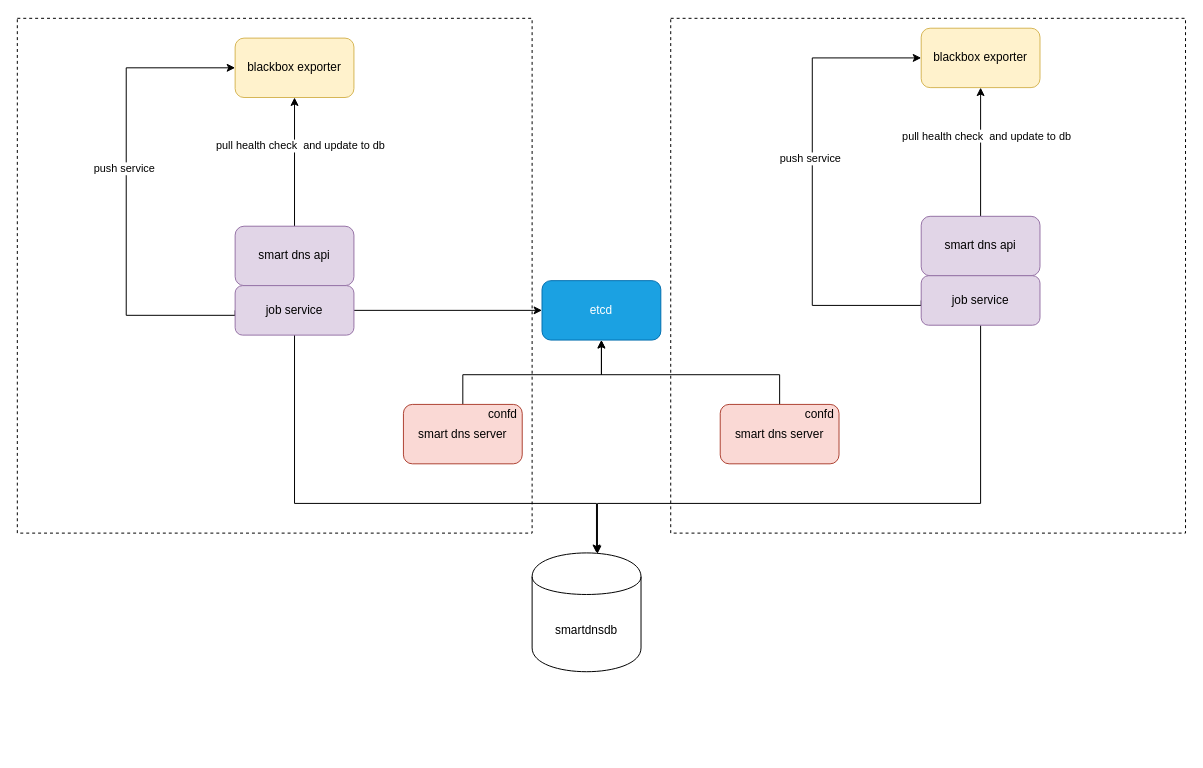
Before: page "smart dns framework new" (2 of 2) of Untitled Diagram.drawio in CtripOPS/acos-client, a draw.io diagram. Source tidied: cells renumbered, new cells numbered last; positions are measured from the earlier drawing's top-left corner, leaving out a move shared by most shapes. Both pictures are drawn from the tidied source at 99%, with x=0, y=0 at pixel (17, 18).
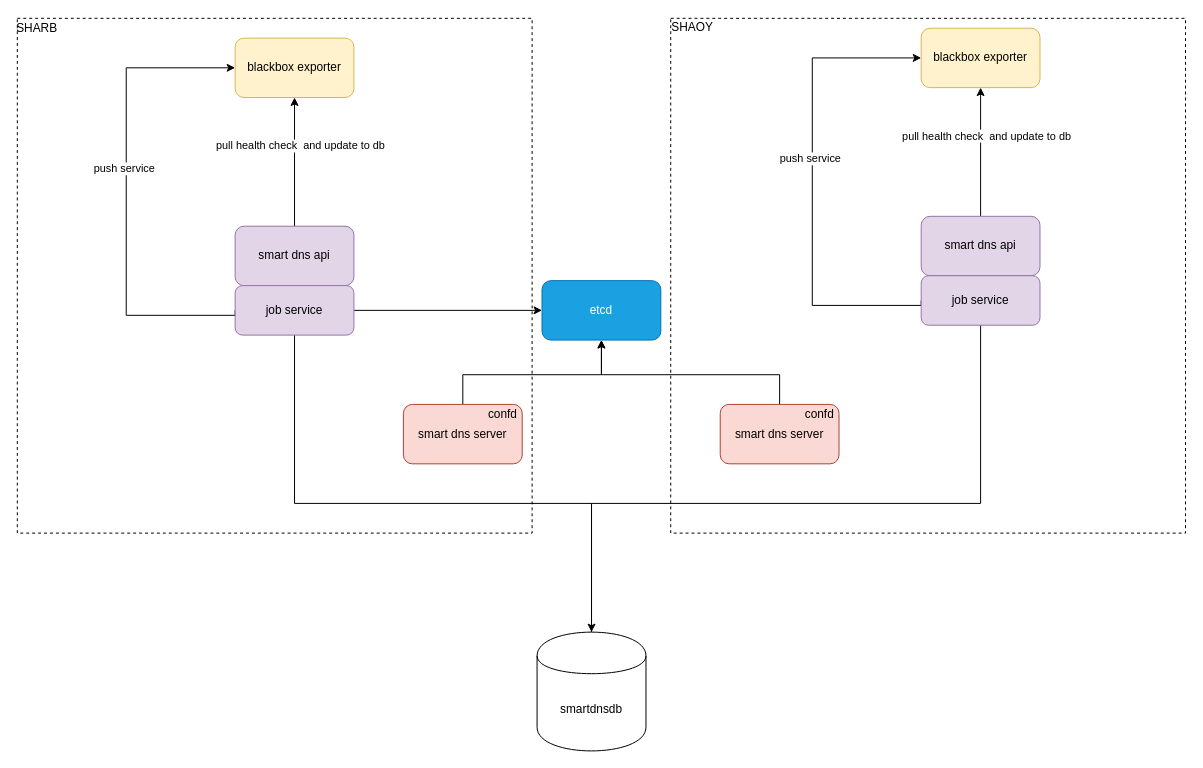
Above is the later version.

The change refers to these unchanged cells:
```xml
<mxCell id="12" value="job service" style="rounded=1;whiteSpace=wrap;html=1;fillColor=#e1d5e7;strokeColor=#9673a6;" parent="1" vertex="1">
  <mxGeometry x="220" y="270" width="120" height="50" as="geometry" />
</mxCell>
<mxCell id="25" value="job service" style="rounded=1;whiteSpace=wrap;html=1;fillColor=#e1d5e7;strokeColor=#9673a6;" parent="1" vertex="1">
  <mxGeometry x="913" y="260" width="120" height="50" as="geometry" />
</mxCell>
```

What changed in the source:
```diff
@@
-    <mxCell id="2" style="whiteSpace=wrap;html=1;dashed=1;shadow=0;fillColor=none;" parent="1" vertex="1">
-      <mxGeometry width="520" height="520" as="geometry" />
-    </mxCell>
@@
-    <mxCell id="11" style="edgeStyle=orthogonalEdgeStyle;rounded=0;jettySize=auto;html=1;" parent="1" edge="1" source="12">
+    <mxCell id="11" style="edgeStyle=orthogonalEdgeStyle;rounded=0;jettySize=auto;html=1;entryX=0.5;entryY=0;entryDx=0;entryDy=0;" parent="1" edge="1" source="12" target="17">
       <mxGeometry relative="1" as="geometry">
-        <mxPoint x="585" y="540" as="targetPoint" />
         <Array as="points">
           <mxPoint x="280" y="490" />
-          <mxPoint x="585" y="490" />
+          <mxPoint x="580" y="490" />
+          <mxPoint x="580" y="640" />
         </Array>
       </mxGeometry>
     </mxCell>
@@
     <mxCell id="17" value="smartdnsdb" style="shape=cylinder;whiteSpace=wrap;html=1;boundedLbl=1;backgroundOutline=1;" parent="1" vertex="1">
-      <mxGeometry x="520" y="540" width="110" height="120" as="geometry" />
+      <mxGeometry x="525" y="620" width="110" height="120" as="geometry" />
     </mxCell>
@@
-    <mxCell id="24" style="edgeStyle=orthogonalEdgeStyle;rounded=0;jettySize=auto;html=1;entryX=0.6;entryY=0.008;entryDx=0;entryDy=0;entryPerimeter=0;" parent="1" edge="1" source="25" target="17">
+    <mxCell id="24" style="edgeStyle=orthogonalEdgeStyle;rounded=0;jettySize=auto;html=1;" parent="1" edge="1" source="25" target="17">
       <mxGeometry relative="1" as="geometry">
         <Array as="points">
           <mxPoint x="973" y="490" />
-          <mxPoint x="586" y="490" />
+          <mxPoint x="580" y="490" />
+          <mxPoint x="580" y="640" />
+          <mxPoint x="575" y="640" />
         </Array>
       </mxGeometry>
     </mxCell>
@@
+    <mxCell id="2" style="whiteSpace=wrap;html=1;dashed=1;shadow=0;fillColor=none;" parent="1" vertex="1">
+      <mxGeometry width="520" height="520" as="geometry" />
+    </mxCell>
+    <mxCell id="29" value="SHARB" style="text;html=1;strokeColor=none;fillColor=none;align=center;verticalAlign=middle;whiteSpace=wrap;rounded=0;" parent="1" vertex="1">
+      <mxGeometry width="40" height="20" as="geometry" />
+    </mxCell>
+    <mxCell id="30" value="SHAOY" style="text;html=1;strokeColor=none;fillColor=none;align=center;verticalAlign=middle;whiteSpace=wrap;rounded=0;" parent="1" vertex="1">
+      <mxGeometry x="662" y="-1" width="40" height="20" as="geometry" />
+    </mxCell>
```
